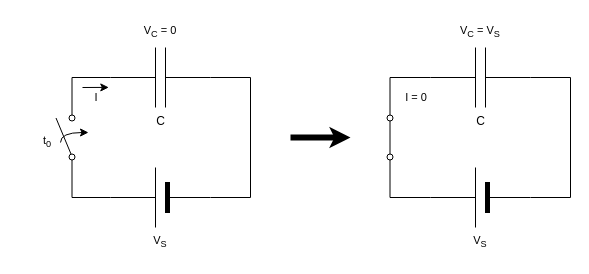
This is 1A5/Cours/Des_9-5a.drawio from JoseForest-CLJ/Draw.io-files, a draw.io file, before an edit. Source tidied: cells renumbered, new cells numbered last; positions are measured from the earlier drawing's top-left corner, leaving out a move shared by most shapes. Both pictures are drawn from the tidied source at 100%, with x=0, y=0 at pixel (17, 17).
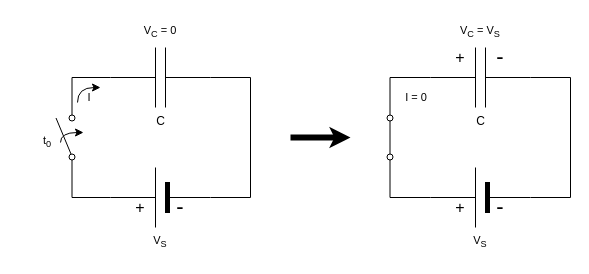
The same page after the edit.

Unchanged cells that the change refers to:
```xml
<mxCell id="12" value="C" style="verticalLabelPosition=bottom;shadow=0;dashed=0;align=center;html=1;verticalAlign=top;shape=mxgraph.electrical.capacitors.capacitor_1;convertToSvg=1;" parent="1" vertex="1">
  <mxGeometry x="93" y="30" width="100" height="60" as="geometry" />
</mxCell>
```

Change to the diagram source:
```diff
@@
     <mxCell id="8" value="I" style="text;html=1;whiteSpace=wrap;strokeColor=none;fillColor=none;align=center;verticalAlign=middle;rounded=0;fontFamily=Helvetica;fontSize=11;fontColor=default;labelBackgroundColor=default;convertToSvg=1;" parent="1" vertex="1">
-      <mxGeometry x="65" y="70" width="28" height="20" as="geometry" />
+      <mxGeometry x="58" y="70" width="28" height="20" as="geometry" />
     </mxCell>
@@
-    <mxCell id="15" style="edgeStyle=none;jettySize=auto;html=1;rounded=0;strokeColor=default;align=center;verticalAlign=middle;fontFamily=Helvetica;fontSize=11;fontColor=default;labelBackgroundColor=default;endArrow=classic;endFill=1;entryX=-0.017;entryY=0.665;entryDx=0;entryDy=0;entryPerimeter=0;convertToSvg=1;" parent="1" edge="1" target="12">
-      <mxGeometry relative="1" as="geometry">
-        <mxPoint x="65" y="70" as="sourcePoint" />
-      </mxGeometry>
-    </mxCell>
-    <mxCell id="16" style="curved=1;endArrow=classic;html=1;rounded=0;strokeColor=default;align=center;verticalAlign=middle;fontFamily=Helvetica;fontSize=11;fontColor=default;labelBackgroundColor=default;edgeStyle=orthogonalEdgeStyle;convertToSvg=1;" parent="1" edge="1">
-      <mxGeometry relative="1" as="geometry">
-        <mxPoint x="43" y="125" as="sourcePoint" />
-        <mxPoint x="71" y="115" as="targetPoint" />
-        <Array as="points">
-          <mxPoint x="43" y="115" />
-        </Array>
-      </mxGeometry>
-    </mxCell>
@@
+    <mxCell id="24" value="+" style="text;html=1;whiteSpace=wrap;strokeColor=none;fillColor=none;align=center;verticalAlign=middle;rounded=0;fontSize=16;" parent="1" vertex="1">
+      <mxGeometry x="433" y="30" width="20" height="20" as="geometry" />
+    </mxCell>
+    <mxCell id="25" value="-" style="text;html=1;whiteSpace=wrap;strokeColor=none;fillColor=none;align=center;verticalAlign=middle;rounded=0;fontSize=22;" parent="1" vertex="1">
+      <mxGeometry x="473" y="30" width="20" height="20" as="geometry" />
+    </mxCell>
+    <mxCell id="26" style="curved=1;endArrow=classic;html=1;rounded=0;strokeColor=default;align=center;verticalAlign=middle;fontFamily=Helvetica;fontSize=11;fontColor=default;labelBackgroundColor=default;edgeStyle=orthogonalEdgeStyle;convertToSvg=1;" parent="1" edge="1">
+      <mxGeometry relative="1" as="geometry">
+        <mxPoint x="60" y="85" as="sourcePoint" />
+        <mxPoint x="83" y="70" as="targetPoint" />
+        <Array as="points">
+          <mxPoint x="60" y="70" />
+        </Array>
+      </mxGeometry>
+    </mxCell>
+    <mxCell id="27" style="curved=1;endArrow=classic;html=1;rounded=0;strokeColor=default;align=center;verticalAlign=middle;fontFamily=Helvetica;fontSize=11;fontColor=default;labelBackgroundColor=default;edgeStyle=orthogonalEdgeStyle;convertToSvg=1;" parent="1" edge="1">
+      <mxGeometry relative="1" as="geometry">
+        <mxPoint x="43" y="125" as="sourcePoint" />
+        <mxPoint x="66" y="115" as="targetPoint" />
+        <Array as="points">
+          <mxPoint x="43" y="115" />
+        </Array>
+      </mxGeometry>
+    </mxCell>
+    <mxCell id="28" value="+" style="text;html=1;whiteSpace=wrap;strokeColor=none;fillColor=none;align=center;verticalAlign=middle;rounded=0;fontSize=16;" parent="1" vertex="1">
+      <mxGeometry x="113" y="180" width="20" height="20" as="geometry" />
+    </mxCell>
+    <mxCell id="29" value="-" style="text;html=1;whiteSpace=wrap;strokeColor=none;fillColor=none;align=center;verticalAlign=middle;rounded=0;fontSize=22;" parent="1" vertex="1">
+      <mxGeometry x="153" y="180" width="20" height="20" as="geometry" />
+    </mxCell>
+    <mxCell id="30" value="+" style="text;html=1;whiteSpace=wrap;strokeColor=none;fillColor=none;align=center;verticalAlign=middle;rounded=0;fontSize=16;" parent="1" vertex="1">
+      <mxGeometry x="433" y="180" width="20" height="20" as="geometry" />
+    </mxCell>
+    <mxCell id="31" value="-" style="text;html=1;whiteSpace=wrap;strokeColor=none;fillColor=none;align=center;verticalAlign=middle;rounded=0;fontSize=22;" parent="1" vertex="1">
+      <mxGeometry x="473" y="180" width="20" height="20" as="geometry" />
+    </mxCell>
```
